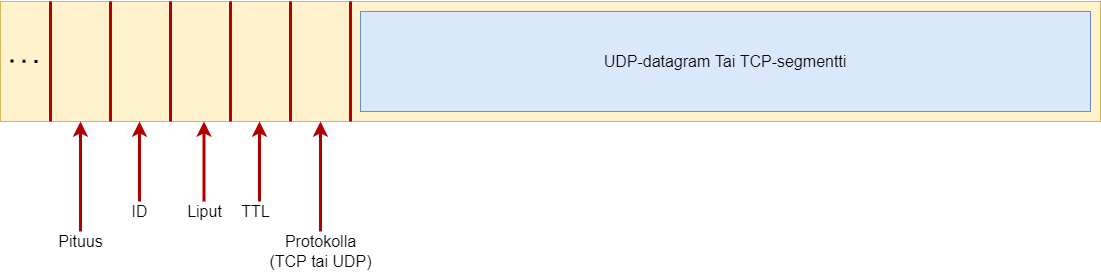
The draw.io diagram docs/pictures/IPDatagrammi.png in Vaatinenjohannes/TADokumentaatio, before a commit. Source tidied: cells renumbered, new cells last; positions are measured from the earlier drawing's top-left corner, leaving out a move shared by most shapes. The source it was exported from:
```xml
<mxGraphModel>
  <root>
    <mxCell id="0" />
    <mxCell id="1" parent="0" />
    <mxCell id="2" style="rounded=0;whiteSpace=wrap;html=1;fillColor=#fff2cc;strokeColor=#d6b656;" parent="1" vertex="1">
      <mxGeometry width="1100" height="120" as="geometry" />
    </mxCell>
    <mxCell id="3" style="endArrow=none;html=1;rounded=0;strokeWidth=3;fillColor=#e51400;strokeColor=#B20000;" parent="1" edge="1">
      <mxGeometry relative="1" as="geometry">
        <mxPoint x="50" y="120" as="sourcePoint" />
        <mxPoint x="50" as="targetPoint" />
      </mxGeometry>
    </mxCell>
    <mxCell id="4" style="endArrow=none;html=1;rounded=0;strokeWidth=3;fillColor=#e51400;strokeColor=#B20000;" parent="1" edge="1">
      <mxGeometry relative="1" as="geometry">
        <mxPoint x="110" y="120" as="sourcePoint" />
        <mxPoint x="110" as="targetPoint" />
      </mxGeometry>
    </mxCell>
    <mxCell id="5" style="endArrow=none;html=1;rounded=0;strokeWidth=3;fillColor=#e51400;strokeColor=#B20000;" parent="1" edge="1">
      <mxGeometry relative="1" as="geometry">
        <mxPoint x="170" y="120" as="sourcePoint" />
        <mxPoint x="170" as="targetPoint" />
      </mxGeometry>
    </mxCell>
    <mxCell id="6" style="endArrow=none;html=1;rounded=0;strokeWidth=3;fillColor=#e51400;strokeColor=#B20000;" parent="1" edge="1">
      <mxGeometry relative="1" as="geometry">
        <mxPoint x="230" y="120" as="sourcePoint" />
        <mxPoint x="230" as="targetPoint" />
      </mxGeometry>
    </mxCell>
    <mxCell id="7" style="endArrow=none;html=1;rounded=0;strokeWidth=3;fillColor=#e51400;strokeColor=#B20000;" parent="1" edge="1">
      <mxGeometry relative="1" as="geometry">
        <mxPoint x="290" y="120" as="sourcePoint" />
        <mxPoint x="290" as="targetPoint" />
      </mxGeometry>
    </mxCell>
    <mxCell id="8" style="endArrow=none;html=1;rounded=0;strokeWidth=3;fillColor=#e51400;strokeColor=#B20000;" parent="1" edge="1">
      <mxGeometry relative="1" as="geometry">
        <mxPoint x="350" y="120" as="sourcePoint" />
        <mxPoint x="350" as="targetPoint" />
      </mxGeometry>
    </mxCell>
    <mxCell id="9" style="endArrow=classic;html=1;rounded=0;strokeWidth=3;fillColor=#e51400;strokeColor=#B20000;" parent="1" edge="1">
      <mxGeometry relative="1" as="geometry">
        <mxPoint x="139" y="200" as="sourcePoint" />
        <mxPoint x="139" y="120" as="targetPoint" />
      </mxGeometry>
    </mxCell>
    <mxCell id="10" style="endArrow=none;dashed=1;html=1;dashPattern=1 3;strokeWidth=3;rounded=0;" parent="1" edge="1">
      <mxGeometry relative="1" as="geometry">
        <mxPoint x="10" y="59.5" as="sourcePoint" />
        <mxPoint x="40" y="60" as="targetPoint" />
      </mxGeometry>
    </mxCell>
    <mxCell id="11" value="&lt;font style=&quot;font-size: 16px&quot;&gt;ID&lt;/font&gt;" style="text;html=1;align=center;verticalAlign=middle;strokeColor=none;fillColor=none;" parent="1" vertex="1">
      <mxGeometry x="124" y="200" width="30" height="20" as="geometry" />
    </mxCell>
    <mxCell id="12" style="endArrow=classic;html=1;rounded=0;strokeWidth=3;fillColor=#e51400;strokeColor=#B20000;" parent="1" edge="1">
      <mxGeometry relative="1" as="geometry">
        <mxPoint x="203.5" y="200" as="sourcePoint" />
        <mxPoint x="203.5" y="120" as="targetPoint" />
      </mxGeometry>
    </mxCell>
    <mxCell id="13" value="&lt;font style=&quot;font-size: 16px&quot;&gt;Liput&lt;/font&gt;" style="text;html=1;align=center;verticalAlign=middle;strokeColor=none;fillColor=none;fontSize=14;" parent="1" vertex="1">
      <mxGeometry x="179" y="200" width="50" height="20" as="geometry" />
    </mxCell>
    <mxCell id="14" style="endArrow=classic;html=1;rounded=0;strokeWidth=3;fillColor=#e51400;strokeColor=#B20000;" parent="1" edge="1">
      <mxGeometry relative="1" as="geometry">
        <mxPoint x="259" y="200" as="sourcePoint" />
        <mxPoint x="259" y="120" as="targetPoint" />
      </mxGeometry>
    </mxCell>
    <mxCell id="15" value="TTL" style="text;html=1;align=center;verticalAlign=middle;strokeColor=none;fillColor=none;fontSize=16;" parent="1" vertex="1">
      <mxGeometry x="235" y="200" width="40" height="20" as="geometry" />
    </mxCell>
    <mxCell id="16" style="endArrow=classic;html=1;rounded=0;strokeWidth=3;fillColor=#e51400;strokeColor=#B20000;" parent="1" edge="1">
      <mxGeometry relative="1" as="geometry">
        <mxPoint x="320" y="230" as="sourcePoint" />
        <mxPoint x="320" y="120" as="targetPoint" />
      </mxGeometry>
    </mxCell>
    <mxCell id="17" value="Protokolla&lt;br&gt;(TCP tai UDP)&lt;br&gt;" style="text;html=1;align=center;verticalAlign=middle;strokeColor=none;fillColor=none;fontSize=16;" parent="1" vertex="1">
      <mxGeometry x="260" y="230" width="120" height="40" as="geometry" />
    </mxCell>
    <mxCell id="18" style="endArrow=classic;html=1;rounded=0;strokeWidth=3;fillColor=#e51400;strokeColor=#B20000;" parent="1" edge="1">
      <mxGeometry relative="1" as="geometry">
        <mxPoint x="80" y="230" as="sourcePoint" />
        <mxPoint x="80" y="120" as="targetPoint" />
      </mxGeometry>
    </mxCell>
    <mxCell id="19" value="Pituus" style="text;html=1;align=center;verticalAlign=middle;strokeColor=none;fillColor=none;fontSize=16;" parent="1" vertex="1">
      <mxGeometry x="50" y="230" width="60" height="20" as="geometry" />
    </mxCell>
    <mxCell id="20" value="UDP-datagram Tai TCP-segmentti" style="rounded=0;whiteSpace=wrap;html=1;fontSize=16;fillColor=#dae8fc;strokeColor=#6c8ebf;" parent="1" vertex="1">
      <mxGeometry x="360" y="10" width="730" height="100" as="geometry" />
    </mxCell>
  </root>
</mxGraphModel>
```
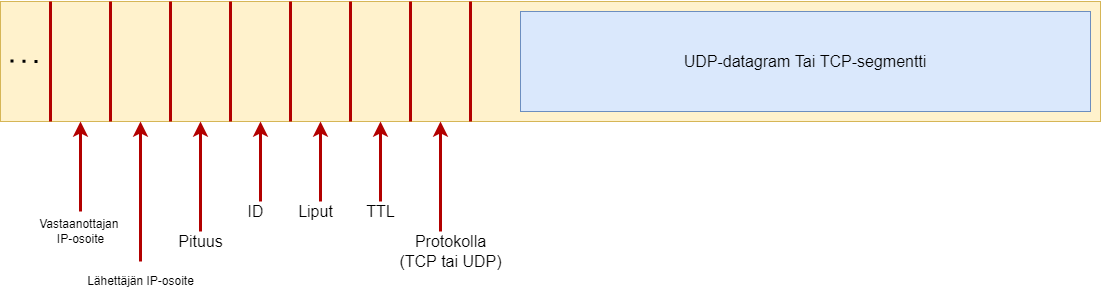
After the change.

Commit message:
Lisätty puuttuvat ip kentät

Diff of the diagram source:
```diff
@@ -43,8 +43,8 @@
     </mxCell>
     <mxCell id="9" style="endArrow=classic;html=1;rounded=0;strokeWidth=3;fillColor=#e51400;strokeColor=#B20000;" parent="1" edge="1">
       <mxGeometry relative="1" as="geometry">
-        <mxPoint x="139" y="200" as="sourcePoint" />
-        <mxPoint x="139" y="120" as="targetPoint" />
+        <mxPoint x="260" y="200" as="sourcePoint" />
+        <mxPoint x="260" y="120" as="targetPoint" />
       </mxGeometry>
     </mxCell>
     <mxCell id="10" style="endArrow=none;dashed=1;html=1;dashPattern=1 3;strokeWidth=3;rounded=0;" parent="1" edge="1">
@@ -54,46 +54,82 @@
       </mxGeometry>
     </mxCell>
     <mxCell id="11" value="&lt;font style=&quot;font-size: 16px&quot;&gt;ID&lt;/font&gt;" style="text;html=1;align=center;verticalAlign=middle;strokeColor=none;fillColor=none;" parent="1" vertex="1">
-      <mxGeometry x="124" y="200" width="30" height="20" as="geometry" />
+      <mxGeometry x="240" y="200" width="30" height="20" as="geometry" />
     </mxCell>
     <mxCell id="12" style="endArrow=classic;html=1;rounded=0;strokeWidth=3;fillColor=#e51400;strokeColor=#B20000;" parent="1" edge="1">
       <mxGeometry relative="1" as="geometry">
-        <mxPoint x="203.5" y="200" as="sourcePoint" />
-        <mxPoint x="203.5" y="120" as="targetPoint" />
+        <mxPoint x="320" y="200" as="sourcePoint" />
+        <mxPoint x="320" y="120" as="targetPoint" />
       </mxGeometry>
     </mxCell>
     <mxCell id="13" value="&lt;font style=&quot;font-size: 16px&quot;&gt;Liput&lt;/font&gt;" style="text;html=1;align=center;verticalAlign=middle;strokeColor=none;fillColor=none;fontSize=14;" parent="1" vertex="1">
-      <mxGeometry x="179" y="200" width="50" height="20" as="geometry" />
+      <mxGeometry x="290" y="200" width="50" height="20" as="geometry" />
     </mxCell>
     <mxCell id="14" style="endArrow=classic;html=1;rounded=0;strokeWidth=3;fillColor=#e51400;strokeColor=#B20000;" parent="1" edge="1">
       <mxGeometry relative="1" as="geometry">
-        <mxPoint x="259" y="200" as="sourcePoint" />
-        <mxPoint x="259" y="120" as="targetPoint" />
+        <mxPoint x="380" y="200" as="sourcePoint" />
+        <mxPoint x="380" y="120" as="targetPoint" />
       </mxGeometry>
     </mxCell>
     <mxCell id="15" value="TTL" style="text;html=1;align=center;verticalAlign=middle;strokeColor=none;fillColor=none;fontSize=16;" parent="1" vertex="1">
-      <mxGeometry x="235" y="200" width="40" height="20" as="geometry" />
+      <mxGeometry x="360" y="200" width="40" height="20" as="geometry" />
     </mxCell>
     <mxCell id="16" style="endArrow=classic;html=1;rounded=0;strokeWidth=3;fillColor=#e51400;strokeColor=#B20000;" parent="1" edge="1">
       <mxGeometry relative="1" as="geometry">
-        <mxPoint x="320" y="230" as="sourcePoint" />
-        <mxPoint x="320" y="120" as="targetPoint" />
+        <mxPoint x="440" y="230" as="sourcePoint" />
+        <mxPoint x="440" y="120" as="targetPoint" />
       </mxGeometry>
     </mxCell>
     <mxCell id="17" value="Protokolla&lt;br&gt;(TCP tai UDP)&lt;br&gt;" style="text;html=1;align=center;verticalAlign=middle;strokeColor=none;fillColor=none;fontSize=16;" parent="1" vertex="1">
-      <mxGeometry x="260" y="230" width="120" height="40" as="geometry" />
+      <mxGeometry x="390" y="230" width="120" height="40" as="geometry" />
     </mxCell>
     <mxCell id="18" style="endArrow=classic;html=1;rounded=0;strokeWidth=3;fillColor=#e51400;strokeColor=#B20000;" parent="1" edge="1">
       <mxGeometry relative="1" as="geometry">
-        <mxPoint x="80" y="230" as="sourcePoint" />
-        <mxPoint x="80" y="120" as="targetPoint" />
+        <mxPoint x="200" y="230" as="sourcePoint" />
+        <mxPoint x="200" y="120" as="targetPoint" />
       </mxGeometry>
     </mxCell>
     <mxCell id="19" value="Pituus" style="text;html=1;align=center;verticalAlign=middle;strokeColor=none;fillColor=none;fontSize=16;" parent="1" vertex="1">
-      <mxGeometry x="50" y="230" width="60" height="20" as="geometry" />
+      <mxGeometry x="170" y="230" width="60" height="20" as="geometry" />
     </mxCell>
     <mxCell id="20" value="UDP-datagram Tai TCP-segmentti" style="rounded=0;whiteSpace=wrap;html=1;fontSize=16;fillColor=#dae8fc;strokeColor=#6c8ebf;" parent="1" vertex="1">
-      <mxGeometry x="360" y="10" width="730" height="100" as="geometry" />
+      <mxGeometry x="520" y="10" width="570" height="100" as="geometry" />
     </mxCell>
+    <mxCell id="21" style="endArrow=none;html=1;rounded=0;strokeWidth=3;fillColor=#e51400;strokeColor=#B20000;" parent="1" edge="1">
+      <mxGeometry relative="1" as="geometry">
+        <mxPoint x="410" y="120" as="sourcePoint" />
+        <mxPoint x="410" as="targetPoint" />
+      </mxGeometry>
+    </mxCell>
+    <mxCell id="22" style="endArrow=none;html=1;rounded=0;strokeWidth=3;fillColor=#e51400;strokeColor=#B20000;" parent="1" edge="1">
+      <mxGeometry relative="1" as="geometry">
+        <mxPoint x="470" y="120" as="sourcePoint" />
+        <mxPoint x="470" as="targetPoint" />
+      </mxGeometry>
+    </mxCell>
+    <mxCell id="23" style="endArrow=classic;html=1;rounded=0;strokeWidth=3;fillColor=#e51400;strokeColor=#B20000;" parent="1" edge="1">
+      <mxGeometry relative="1" as="geometry">
+        <mxPoint x="140" y="260" as="sourcePoint" />
+        <mxPoint x="140" y="120" as="targetPoint" />
+        <Array as="points">
+          <mxPoint x="140" y="180" />
+        </Array>
+      </mxGeometry>
+    </mxCell>
+    <mxCell id="24" value="Lähettäjän IP-osoite" style="text;html=1;align=center;verticalAlign=middle;strokeColor=none;fillColor=none;" parent="1" vertex="1">
+      <mxGeometry x="80" y="270" width="120" height="20" as="geometry" />
+    </mxCell>
+    <mxCell id="25" style="endArrow=classic;html=1;rounded=0;strokeWidth=3;fillColor=#e51400;strokeColor=#B20000;" parent="1" edge="1">
+      <mxGeometry relative="1" as="geometry">
+        <mxPoint x="80" y="210" as="sourcePoint" />
+        <mxPoint x="80" y="120" as="targetPoint" />
+        <Array as="points">
+          <mxPoint x="80" y="180" />
+        </Array>
+      </mxGeometry>
+    </mxCell>
+    <mxCell id="26" value="Vastaanottajan&amp;nbsp;&lt;br&gt;IP-osoite" style="text;html=1;align=center;verticalAlign=middle;strokeColor=none;fillColor=none;" parent="1" vertex="1">
+      <mxGeometry x="30" y="215" width="100" height="30" as="geometry" />
+    </mxCell>
   </root>
 </mxGraphModel>
```
